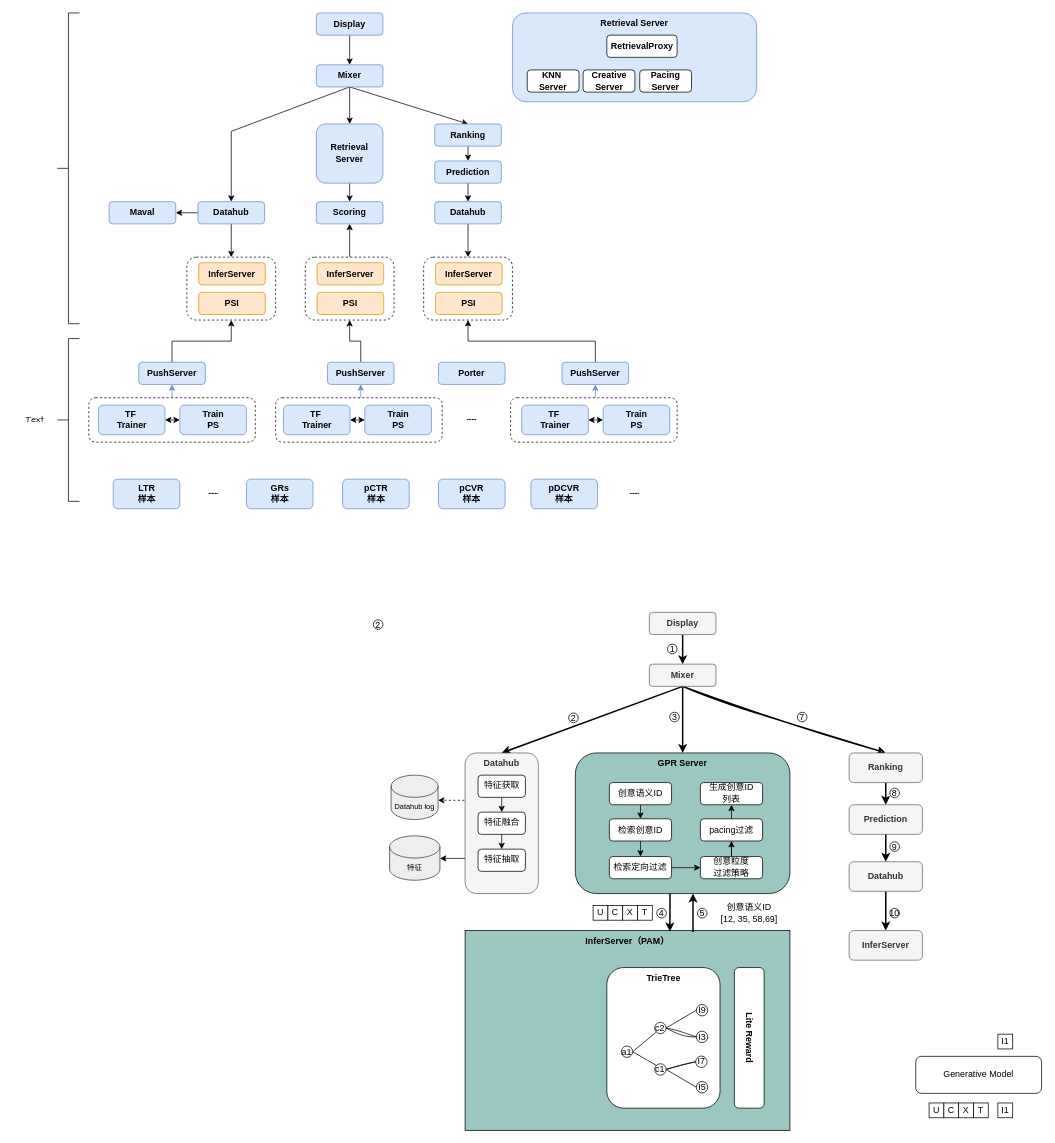
Earlier version of the draw.io diagram GRs架构设计.drawio (JackHsiung/totoro). Source tidied: cells renumbered, new cells numbered last; positions are measured from the earlier drawing's top-left corner, leaving out a move shared by most shapes. Both pictures are drawn from the tidied source at 74%, with x=0, y=0 at pixel (13, 13).
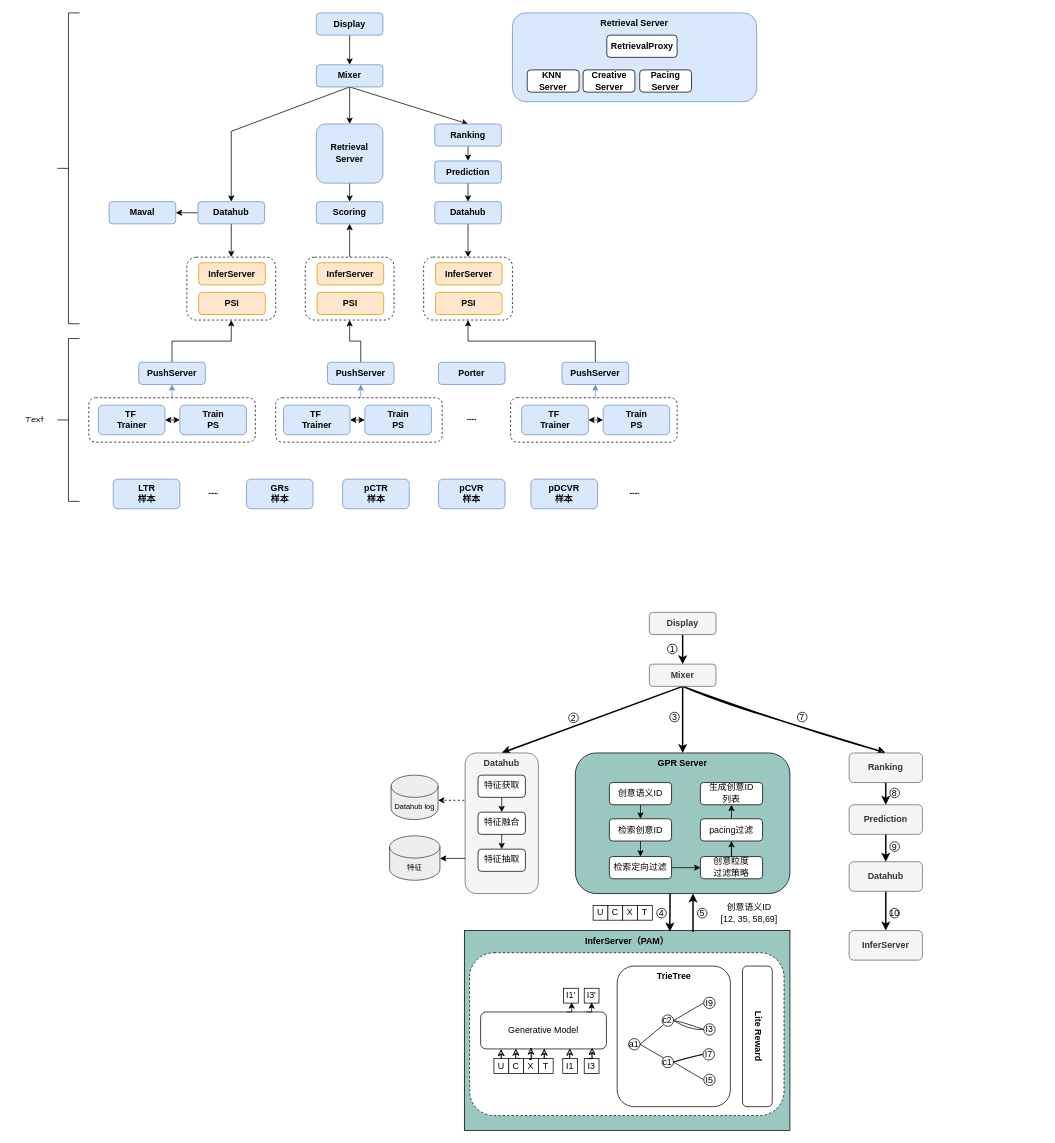
The same diagram, later.

Commit message (it also covers changes not shown here):
更新GRs架构设计.drawio

What changed in the source:
```diff
@@
+    <mxCell id="69" value="&lt;font face=&quot;Helvetica&quot;&gt;&lt;b&gt;InferServer（PAM）&lt;/b&gt;&lt;/font&gt;" style="rounded=0;whiteSpace=wrap;html=1;hachureGap=4;fontFamily=Architects Daughter;verticalAlign=top;fillColor=#9AC7BF;" parent="1" vertex="1">
+      <mxGeometry x="610" y="1240" width="440" height="270" as="geometry" />
+    </mxCell>
+    <mxCell id="145" style="rounded=1;whiteSpace=wrap;html=1;hachureGap=4;fontFamily=Architects Daughter;dashed=1;" parent="1" vertex="1">
+      <mxGeometry x="617.1" y="1270" width="424.9" height="220" as="geometry" />
+    </mxCell>
@@
-    <mxCell id="69" value="&lt;font face=&quot;Helvetica&quot;&gt;&lt;b&gt;InferServer（PAM）&lt;/b&gt;&lt;/font&gt;" style="rounded=0;whiteSpace=wrap;html=1;hachureGap=4;fontFamily=Architects Daughter;verticalAlign=top;fillColor=#9AC7BF;" parent="1" vertex="1">
-      <mxGeometry x="611" y="1240" width="439" height="270" as="geometry" />
-    </mxCell>
@@
-    <mxCell id="85" value="&lt;font face=&quot;Helvetica&quot;&gt;2&lt;/font&gt;" style="ellipse;whiteSpace=wrap;html=1;rounded=0;hachureGap=4;fontFamily=Architects Daughter;" parent="1" vertex="1">
-      <mxGeometry x="487" y="820" width="13" height="13" as="geometry" />
-    </mxCell>
@@
     <mxCell id="98" value="&lt;b&gt;TrieTree&lt;/b&gt;" style="rounded=1;whiteSpace=wrap;html=1;hachureGap=4;fontFamily=Helvetica;verticalAlign=top;" parent="1" vertex="1">
-      <mxGeometry x="802.5" y="1290" width="153" height="190" as="geometry" />
+      <mxGeometry x="816.5" y="1288" width="153" height="190" as="geometry" />
     </mxCell>
     <mxCell id="99" style="group;" parent="1" vertex="1">
-      <mxGeometry x="822" y="1340" width="120" height="120" as="geometry" />
+      <mxGeometry x="832" y="1330" width="120" height="120" as="geometry" />
     </mxCell>
@@
-    <mxCell id="131" value="&lt;font face=&quot;Helvetica&quot;&gt;Generative Model&lt;/font&gt;" style="rounded=1;whiteSpace=wrap;html=1;hachureGap=4;fontFamily=Architects Daughter;" parent="1" vertex="1">
-      <mxGeometry x="1220" y="1410" width="170" height="50" as="geometry" />
-    </mxCell>
@@
     <mxCell id="137" value="&lt;font face=&quot;Helvetica&quot;&gt;&lt;b&gt;Lite Reward&lt;/b&gt;&lt;/font&gt;" style="rounded=1;whiteSpace=wrap;html=1;hachureGap=4;fontFamily=Architects Daughter;textDirection=vertical-lr;" parent="1" vertex="1">
-      <mxGeometry x="974.9" y="1290" width="40.2" height="190" as="geometry" />
+      <mxGeometry x="985.9" y="1288" width="40.2" height="190" as="geometry" />
     </mxCell>
@@
+    <mxCell id="146" style="group;" parent="1" vertex="1">
+      <mxGeometry x="632" y="1318" width="170" height="115" as="geometry" />
+    </mxCell>
+    <mxCell id="131" value="&lt;font face=&quot;Helvetica&quot;&gt;Generative Model&lt;/font&gt;" style="rounded=1;whiteSpace=wrap;html=1;hachureGap=4;fontFamily=Architects Daughter;" parent="146" vertex="1">
+      <mxGeometry y="32" width="170" height="50" as="geometry" />
+    </mxCell>
-    <mxCell id="139" value="&lt;font face=&quot;Helvetica&quot;&gt;U&lt;/font&gt;" style="rounded=0;whiteSpace=wrap;html=1;hachureGap=4;fontFamily=Architects Daughter;" parent="1" vertex="1">
-      <mxGeometry x="1238" y="1473" width="20" height="20" as="geometry" />
+    <mxCell id="139" value="&lt;font face=&quot;Helvetica&quot;&gt;U&lt;/font&gt;" style="rounded=0;whiteSpace=wrap;html=1;hachureGap=4;fontFamily=Architects Daughter;" parent="146" vertex="1">
+      <mxGeometry x="18" y="95" width="20" height="20" as="geometry" />
     </mxCell>
+    <mxCell id="147" style="edgeStyle=orthogonalEdgeStyle;rounded=0;sketch=1;hachureGap=4;jiggle=2;curveFitting=1;orthogonalLoop=1;jettySize=auto;html=1;exitX=0.5;exitY=0;exitDx=0;exitDy=0;entryX=0.25;entryY=1;entryDx=0;entryDy=0;fontFamily=Architects Daughter;" parent="146" edge="1">
+      <mxGeometry relative="1" as="geometry">
+        <mxPoint x="53" y="95" as="sourcePoint" />
+        <mxPoint x="47.5" y="82" as="targetPoint" />
+      </mxGeometry>
+    </mxCell>
-    <mxCell id="140" value="&lt;font face=&quot;Helvetica&quot;&gt;C&lt;/font&gt;" style="rounded=0;whiteSpace=wrap;html=1;hachureGap=4;fontFamily=Architects Daughter;" parent="1" vertex="1">
-      <mxGeometry x="1258" y="1473" width="20" height="20" as="geometry" />
+    <mxCell id="140" value="&lt;font face=&quot;Helvetica&quot;&gt;C&lt;/font&gt;" style="rounded=0;whiteSpace=wrap;html=1;hachureGap=4;fontFamily=Architects Daughter;" parent="146" vertex="1">
+      <mxGeometry x="38" y="95" width="20" height="20" as="geometry" />
     </mxCell>
-    <mxCell id="141" value="&lt;font face=&quot;Helvetica&quot;&gt;X&lt;/font&gt;" style="rounded=0;whiteSpace=wrap;html=1;hachureGap=4;fontFamily=Architects Daughter;" parent="1" vertex="1">
-      <mxGeometry x="1278" y="1473" width="20" height="20" as="geometry" />
+    <mxCell id="141" value="&lt;font face=&quot;Helvetica&quot;&gt;X&lt;/font&gt;" style="rounded=0;whiteSpace=wrap;html=1;hachureGap=4;fontFamily=Architects Daughter;" parent="146" vertex="1">
+      <mxGeometry x="58" y="95" width="20" height="20" as="geometry" />
     </mxCell>
+    <mxCell id="148" style="edgeStyle=orthogonalEdgeStyle;rounded=0;sketch=1;hachureGap=4;jiggle=2;curveFitting=1;orthogonalLoop=1;jettySize=auto;html=1;exitX=0.5;exitY=0;exitDx=0;exitDy=0;entryX=0.5;entryY=1;entryDx=0;entryDy=0;fontFamily=Architects Daughter;" parent="146" edge="1">
+      <mxGeometry relative="1" as="geometry">
+        <mxPoint x="89" y="95" as="sourcePoint" />
+        <mxPoint x="86" y="82" as="targetPoint" />
+      </mxGeometry>
+    </mxCell>
-    <mxCell id="142" value="&lt;font face=&quot;Helvetica&quot;&gt;T&lt;/font&gt;" style="rounded=0;whiteSpace=wrap;html=1;hachureGap=4;fontFamily=Architects Daughter;" parent="1" vertex="1">
-      <mxGeometry x="1298" y="1473" width="20" height="20" as="geometry" />
+    <mxCell id="142" value="&lt;font face=&quot;Helvetica&quot;&gt;T&lt;/font&gt;" style="rounded=0;whiteSpace=wrap;html=1;hachureGap=4;fontFamily=Architects Daughter;" parent="146" vertex="1">
+      <mxGeometry x="78" y="95" width="20" height="20" as="geometry" />
     </mxCell>
+    <mxCell id="149" style="edgeStyle=orthogonalEdgeStyle;rounded=0;sketch=1;hachureGap=4;jiggle=2;curveFitting=1;orthogonalLoop=1;jettySize=auto;html=1;exitX=0.5;exitY=0;exitDx=0;exitDy=0;entryX=0.75;entryY=1;entryDx=0;entryDy=0;fontFamily=Architects Daughter;" parent="146" edge="1">
+      <mxGeometry relative="1" as="geometry">
+        <mxPoint x="114" y="95" as="sourcePoint" />
+        <mxPoint x="120.5" y="82" as="targetPoint" />
+      </mxGeometry>
+    </mxCell>
-    <mxCell id="143" value="&lt;font face=&quot;Helvetica&quot;&gt;I1&lt;/font&gt;" style="rounded=0;whiteSpace=wrap;html=1;hachureGap=4;fontFamily=Architects Daughter;" parent="1" vertex="1">
-      <mxGeometry x="1331" y="1473" width="20" height="20" as="geometry" />
+    <mxCell id="143" value="&lt;font face=&quot;Helvetica&quot;&gt;I1&lt;/font&gt;" style="rounded=0;whiteSpace=wrap;html=1;hachureGap=4;fontFamily=Architects Daughter;" parent="146" vertex="1">
+      <mxGeometry x="111" y="95" width="20" height="20" as="geometry" />
     </mxCell>
-    <mxCell id="144" value="&lt;font face=&quot;Helvetica&quot;&gt;I1&lt;/font&gt;" style="rounded=0;whiteSpace=wrap;html=1;hachureGap=4;fontFamily=Architects Daughter;" parent="1" vertex="1">
-      <mxGeometry x="1331" y="1380" width="20" height="20" as="geometry" />
+    <mxCell id="144" value="&lt;font face=&quot;Helvetica&quot;&gt;I1'&lt;/font&gt;" style="rounded=0;whiteSpace=wrap;html=1;hachureGap=4;fontFamily=Architects Daughter;" parent="146" vertex="1">
+      <mxGeometry x="112" width="20" height="20" as="geometry" />
     </mxCell>
+    <mxCell id="150" style="edgeStyle=orthogonalEdgeStyle;rounded=0;sketch=1;hachureGap=4;jiggle=2;curveFitting=1;jettySize=auto;html=1;exitX=0.5;exitY=0;exitDx=0;exitDy=0;entryX=0.163;entryY=1.015;entryDx=0;entryDy=0;entryPerimeter=0;fontFamily=Architects Daughter;" parent="146" edge="1" source="139" target="131">
+      <mxGeometry relative="1" as="geometry" />
+    </mxCell>
+    <mxCell id="151" style="edgeStyle=orthogonalEdgeStyle;rounded=0;sketch=1;hachureGap=4;jiggle=2;curveFitting=1;orthogonalLoop=1;jettySize=auto;html=1;exitX=0.5;exitY=0;exitDx=0;exitDy=0;entryX=0.412;entryY=0.952;entryDx=0;entryDy=0;entryPerimeter=0;fontFamily=Architects Daughter;" parent="146" edge="1">
+      <mxGeometry relative="1" as="geometry">
+        <mxPoint x="66" y="96" as="sourcePoint" />
+        <mxPoint x="68" y="80.6" as="targetPoint" />
+      </mxGeometry>
+    </mxCell>
+    <mxCell id="152" value="&lt;font face=&quot;Helvetica&quot;&gt;I3&lt;/font&gt;" style="rounded=0;whiteSpace=wrap;html=1;hachureGap=4;fontFamily=Architects Daughter;" parent="146" vertex="1">
+      <mxGeometry x="140" y="95" width="20" height="20" as="geometry" />
+    </mxCell>
+    <mxCell id="153" style="edgeStyle=orthogonalEdgeStyle;rounded=0;sketch=1;hachureGap=4;jiggle=2;curveFitting=1;orthogonalLoop=1;jettySize=auto;html=1;exitX=0.5;exitY=0;exitDx=0;exitDy=0;entryX=0.915;entryY=0.984;entryDx=0;entryDy=0;entryPerimeter=0;fontFamily=Architects Daughter;" parent="146" edge="1">
+      <mxGeometry relative="1" as="geometry">
+        <mxPoint x="145" y="95" as="sourcePoint" />
+        <mxPoint x="150.6" y="81.2" as="targetPoint" />
+      </mxGeometry>
+    </mxCell>
+    <mxCell id="154" style="edgeStyle=orthogonalEdgeStyle;rounded=0;hachureGap=4;orthogonalLoop=1;jettySize=auto;html=1;exitX=0.5;exitY=0;exitDx=0;exitDy=0;fontFamily=Architects Daughter;" parent="146" edge="1">
+      <mxGeometry relative="1" as="geometry">
+        <mxPoint x="116" y="32" as="sourcePoint" />
+        <mxPoint x="123" y="19" as="targetPoint" />
+      </mxGeometry>
+    </mxCell>
+    <mxCell id="155" value="&lt;font face=&quot;Helvetica&quot;&gt;I3'&lt;/font&gt;" style="rounded=0;whiteSpace=wrap;html=1;hachureGap=4;fontFamily=Architects Daughter;" parent="146" vertex="1">
+      <mxGeometry x="140" width="20" height="20" as="geometry" />
+    </mxCell>
+    <mxCell id="156" style="edgeStyle=orthogonalEdgeStyle;rounded=0;hachureGap=4;orthogonalLoop=1;jettySize=auto;html=1;exitX=0.5;exitY=0;exitDx=0;exitDy=0;fontFamily=Architects Daughter;" parent="146" edge="1">
+      <mxGeometry relative="1" as="geometry">
+        <mxPoint x="143" y="32" as="sourcePoint" />
+        <mxPoint x="150" y="19" as="targetPoint" />
+      </mxGeometry>
+    </mxCell>
```
